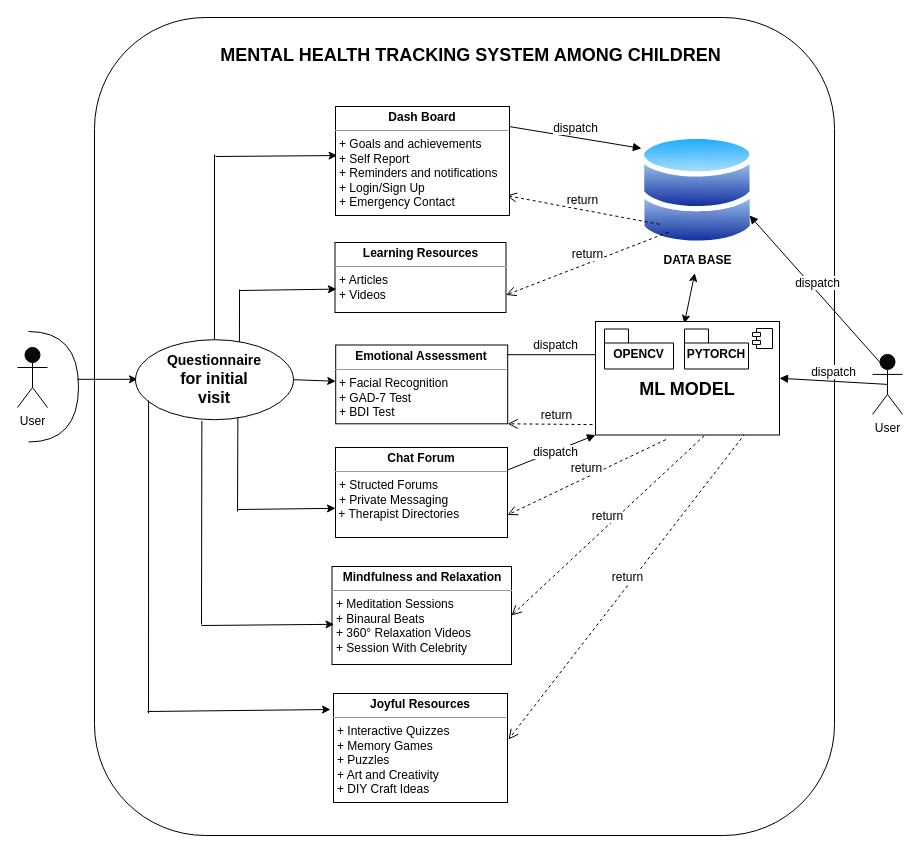
Before: Untitled Diagram.drawio in Nandakishore-cmd/Backend-development, a draw.io diagram. Source tidied: cells renumbered, new cells numbered last; positions are measured from the earlier drawing's top-left corner, leaving out a move shared by most shapes. Both pictures are drawn from the tidied source at 100%, with x=0, y=0 at pixel (17, 17).
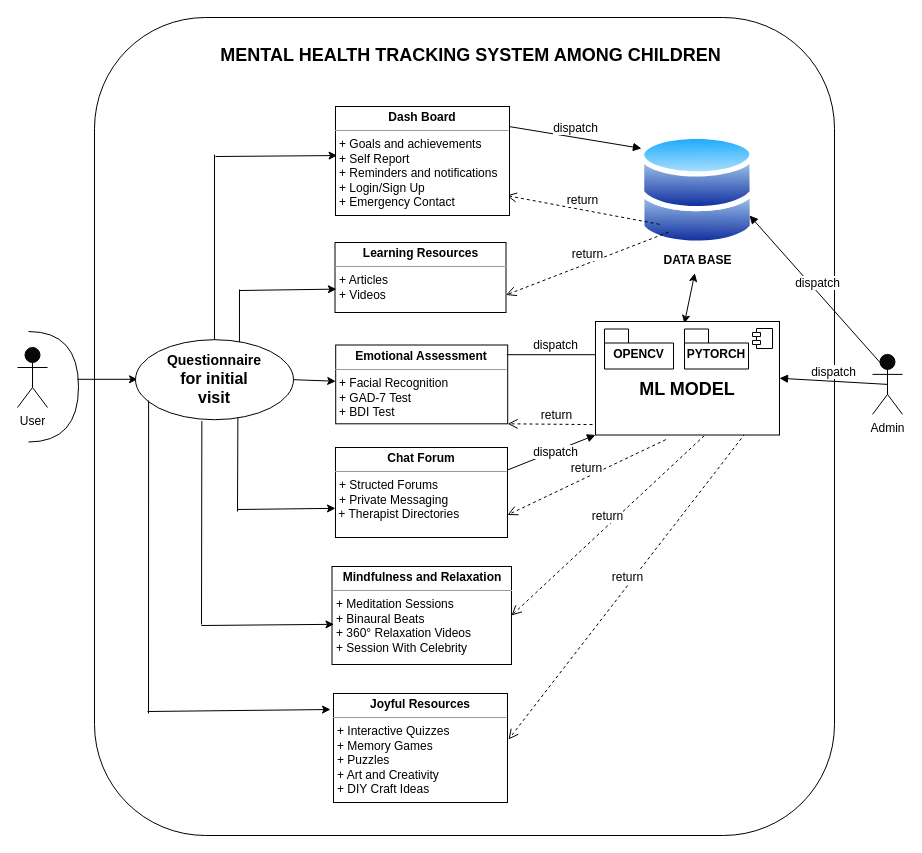
The same diagram, later.

Diff of the diagram source:
```diff
@@
-    <mxCell id="35" value="User" style="shape=umlActor;verticalLabelPosition=bottom;verticalAlign=top;html=1;fillColor=#080808;" parent="1" vertex="1">
+    <mxCell id="35" value="Admin" style="shape=umlActor;verticalLabelPosition=bottom;verticalAlign=top;html=1;fillColor=#080808;" parent="1" vertex="1">
       <mxGeometry x="855" y="336.9" width="30" height="60" as="geometry" />
     </mxCell>
```
